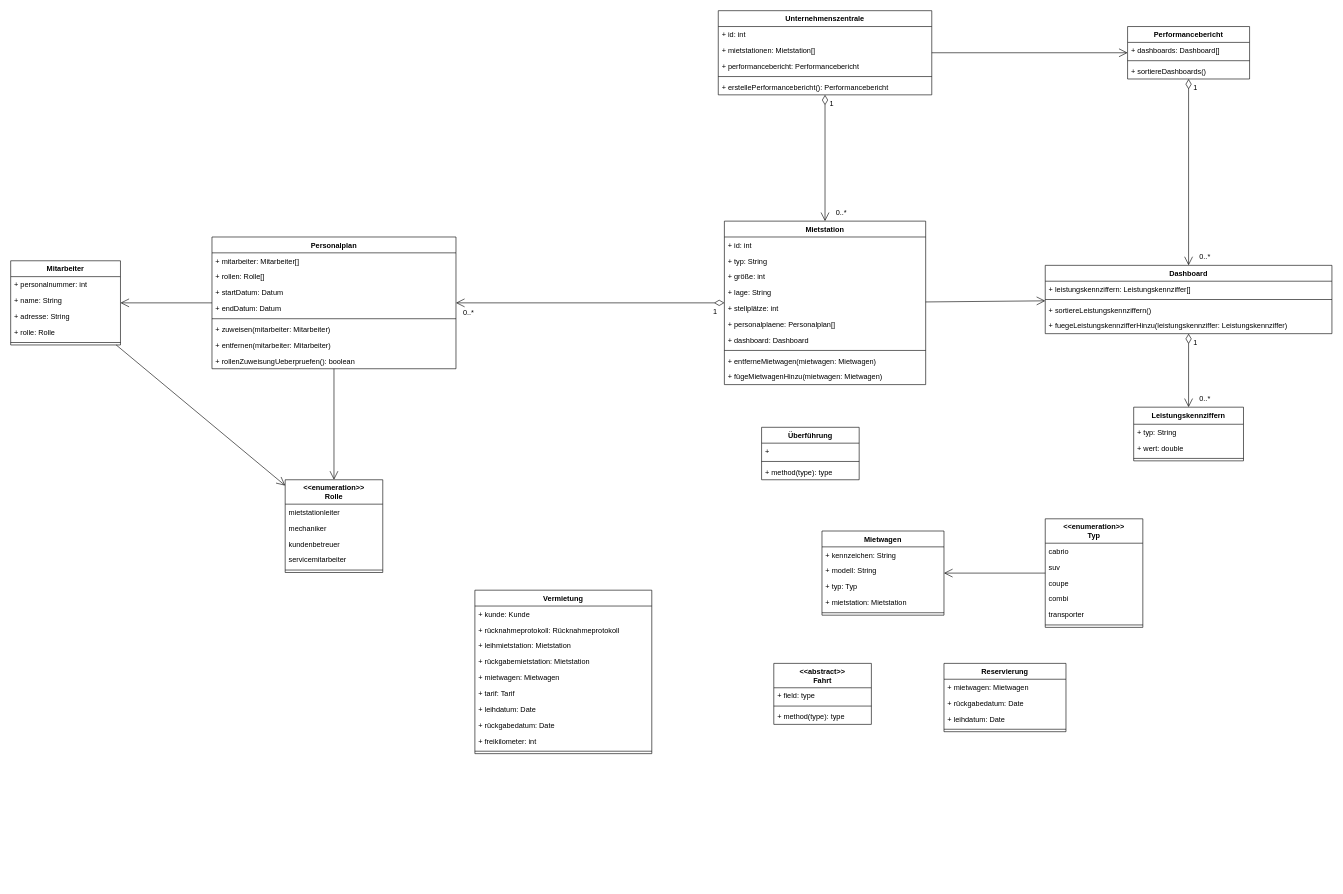
DlieBG/car_rental keeps this draw.io diagram as E - Allgemeine Verwaltung/01 Klassendiagramm/01 Klassendiagramm - Allgemeine Verwaltung.drawio. Above is the earlier version. Source tidied: cells renumbered, new cells numbered last; positions are measured from the earlier drawing's top-left corner, leaving out a move shared by most shapes. Both pictures are drawn from the tidied source at 61%, with x=0, y=0 at pixel (10, 10).
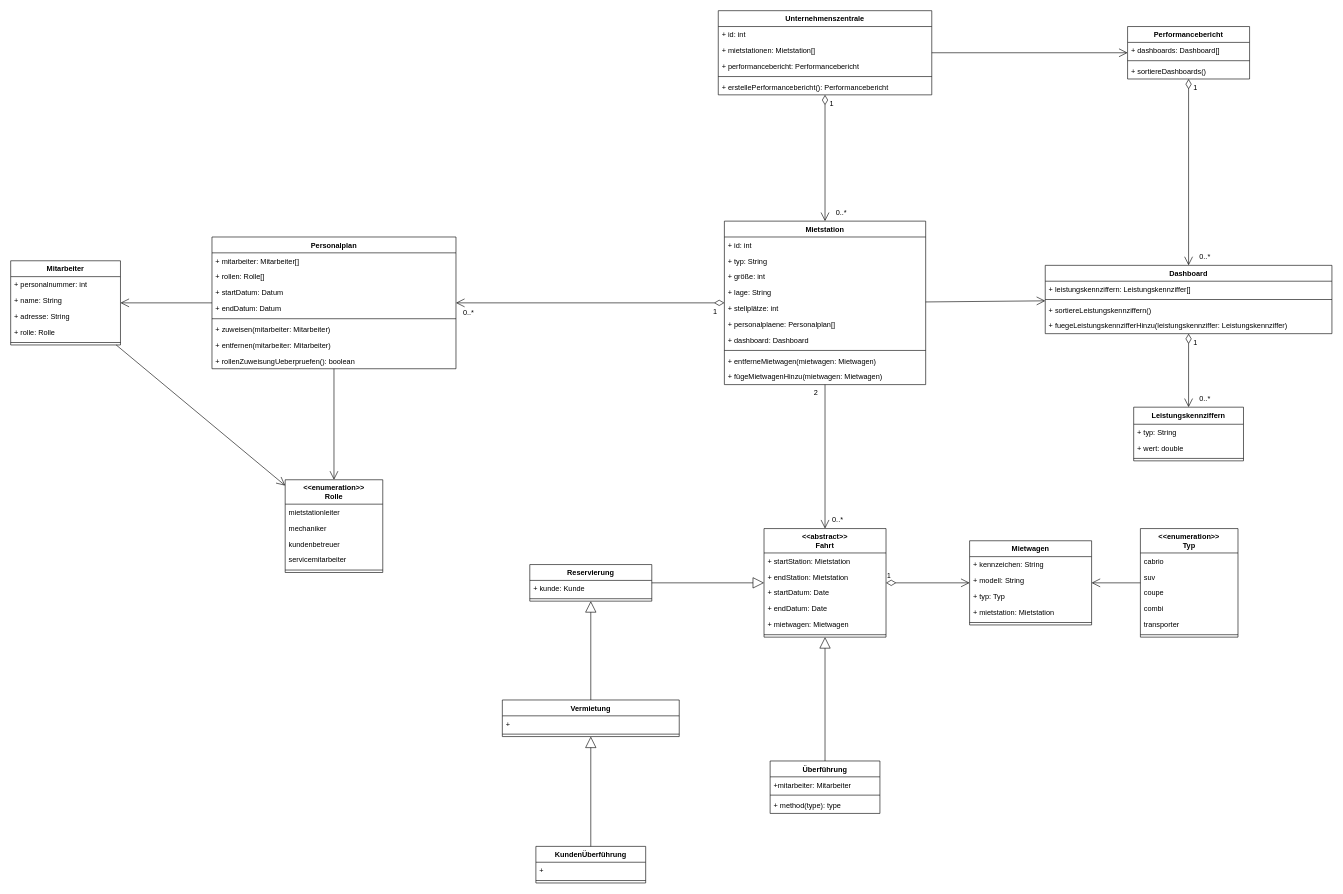
Above is the later version.

Unchanged cells that the change refers to:
```xml
<mxCell id="2" value="Mietstation" style="swimlane;fontStyle=1;align=center;verticalAlign=top;horizontal=1;startSize=26;" parent="1" vertex="1">
  <mxGeometry x="1170" y="345" width="330" height="268" as="geometry" />
</mxCell>
```

The edit, as a diff of the source:
```diff
@@
     <mxCell id="13" value="Mietwagen" style="swimlane;fontStyle=1;align=center;verticalAlign=top;horizontal=1;startSize=26;" parent="1" vertex="1">
-      <mxGeometry x="1330" y="853" width="200" height="138" as="geometry" />
+      <mxGeometry x="1572" y="869" width="200" height="138" as="geometry" />
     </mxCell>
@@
     <mxCell id="46" value="Vermietung" style="swimlane;fontStyle=1;align=center;verticalAlign=top;horizontal=1;startSize=26;" parent="1" vertex="1">
-      <mxGeometry x="761" y="950" width="290" height="268" as="geometry" />
+      <mxGeometry x="806" y="1130" width="290" height="60" as="geometry" />
     </mxCell>
-    <mxCell id="47" value="+ kunde: Kunde" style="text;strokeColor=none;fillColor=none;align=left;verticalAlign=top;spacingLeft=4;spacingRight=4;overflow=hidden;" parent="46" vertex="1">
-      <mxGeometry y="26" width="290" height="26" as="geometry" />
-    </mxCell>
-    <mxCell id="48" value="+ rücknahmeprotokoll: Rücknahmeprotokoll" style="text;strokeColor=none;fillColor=none;align=left;verticalAlign=top;spacingLeft=4;spacingRight=4;overflow=hidden;" parent="46" vertex="1">
-      <mxGeometry y="52" width="290" height="26" as="geometry" />
-    </mxCell>
-    <mxCell id="49" value="+ leihmietstation: Mietstation" style="text;strokeColor=none;fillColor=none;align=left;verticalAlign=top;spacingLeft=4;spacingRight=4;overflow=hidden;" parent="46" vertex="1">
-      <mxGeometry y="78" width="290" height="26" as="geometry" />
-    </mxCell>
-    <mxCell id="50" value="+ rückgabemietstation: Mietstation" style="text;strokeColor=none;fillColor=none;align=left;verticalAlign=top;spacingLeft=4;spacingRight=4;overflow=hidden;" parent="46" vertex="1">
-      <mxGeometry y="104" width="290" height="26" as="geometry" />
-    </mxCell>
-    <mxCell id="51" value="+ mietwagen: Mietwagen" style="text;strokeColor=none;fillColor=none;align=left;verticalAlign=top;spacingLeft=4;spacingRight=4;overflow=hidden;" parent="46" vertex="1">
-      <mxGeometry y="130" width="290" height="26" as="geometry" />
-    </mxCell>
-    <mxCell id="52" value="+ tarif: Tarif" style="text;strokeColor=none;fillColor=none;align=left;verticalAlign=top;spacingLeft=4;spacingRight=4;overflow=hidden;" parent="46" vertex="1">
-      <mxGeometry y="156" width="290" height="26" as="geometry" />
-    </mxCell>
-    <mxCell id="53" value="+ leihdatum: Date" style="text;strokeColor=none;fillColor=none;align=left;verticalAlign=top;spacingLeft=4;spacingRight=4;overflow=hidden;" parent="46" vertex="1">
-      <mxGeometry y="182" width="290" height="26" as="geometry" />
-    </mxCell>
-    <mxCell id="54" value="+ rückgabedatum: Date" style="text;strokeColor=none;fillColor=none;align=left;verticalAlign=top;spacingLeft=4;spacingRight=4;overflow=hidden;" parent="46" vertex="1">
-      <mxGeometry y="208" width="290" height="26" as="geometry" />
-    </mxCell>
-    <mxCell id="55" value="+ freikilometer: int" style="text;strokeColor=none;fillColor=none;align=left;verticalAlign=top;spacingLeft=4;spacingRight=4;overflow=hidden;" parent="46" vertex="1">
-      <mxGeometry y="234" width="290" height="26" as="geometry" />
-    </mxCell>
+    <mxCell id="108" value="+ " style="text;strokeColor=none;fillColor=none;align=left;verticalAlign=top;spacingLeft=4;spacingRight=4;overflow=hidden;" parent="46" vertex="1">
+      <mxGeometry y="26" width="290" height="26" as="geometry" />
+    </mxCell>
     <mxCell id="56" style="line;strokeWidth=1;fillColor=none;align=left;verticalAlign=middle;spacingTop=-1;spacingLeft=3;spacingRight=3;labelPosition=right;" parent="46" vertex="1">
-      <mxGeometry y="260" width="290" height="8" as="geometry" />
+      <mxGeometry y="52" width="290" height="8" as="geometry" />
     </mxCell>
     <mxCell id="57" value="Reservierung" style="swimlane;fontStyle=1;align=center;verticalAlign=top;horizontal=1;startSize=26;" parent="1" vertex="1">
-      <mxGeometry x="1530" y="1070" width="200" height="112" as="geometry" />
+      <mxGeometry x="851" y="908" width="200" height="60" as="geometry" />
     </mxCell>
-    <mxCell id="58" value="+ mietwagen: Mietwagen" style="text;strokeColor=none;fillColor=none;align=left;verticalAlign=top;spacingLeft=4;spacingRight=4;overflow=hidden;" parent="57" vertex="1">
-      <mxGeometry y="26" width="200" height="26" as="geometry" />
-    </mxCell>
-    <mxCell id="59" value="+ rückgabedatum: Date" style="text;strokeColor=none;fillColor=none;align=left;verticalAlign=top;spacingLeft=4;spacingRight=4;overflow=hidden;" parent="57" vertex="1">
-      <mxGeometry y="52" width="200" height="26" as="geometry" />
-    </mxCell>
-    <mxCell id="60" value="+ leihdatum: Date" style="text;strokeColor=none;fillColor=none;align=left;verticalAlign=top;spacingLeft=4;spacingRight=4;overflow=hidden;" parent="57" vertex="1">
-      <mxGeometry y="78" width="200" height="26" as="geometry" />
-    </mxCell>
+    <mxCell id="47" value="+ kunde: Kunde" style="text;strokeColor=none;fillColor=none;align=left;verticalAlign=top;spacingLeft=4;spacingRight=4;overflow=hidden;" parent="57" vertex="1">
+      <mxGeometry y="26" width="200" height="26" as="geometry" />
+    </mxCell>
     <mxCell id="61" style="line;strokeWidth=1;fillColor=none;align=left;verticalAlign=middle;spacingTop=-1;spacingLeft=3;spacingRight=3;labelPosition=right;" parent="57" vertex="1">
-      <mxGeometry y="104" width="200" height="8" as="geometry" />
+      <mxGeometry y="52" width="200" height="8" as="geometry" />
     </mxCell>
@@
     <mxCell id="75" value="Überführung" style="swimlane;fontStyle=1;align=center;verticalAlign=top;horizontal=1;startSize=26;" parent="1" vertex="1">
-      <mxGeometry x="1231" y="683" width="160" height="86" as="geometry" />
+      <mxGeometry x="1245" y="1230" width="180" height="86" as="geometry" />
     </mxCell>
-    <mxCell id="76" value="+ " style="text;strokeColor=none;fillColor=none;align=left;verticalAlign=top;spacingLeft=4;spacingRight=4;overflow=hidden;" parent="75" vertex="1">
-      <mxGeometry y="26" width="160" height="26" as="geometry" />
+    <mxCell id="76" value="+mitarbeiter: Mitarbeiter" style="text;strokeColor=none;fillColor=none;align=left;verticalAlign=top;spacingLeft=4;spacingRight=4;overflow=hidden;" parent="75" vertex="1">
+      <mxGeometry y="26" width="180" height="26" as="geometry" />
     </mxCell>
     <mxCell id="77" style="line;strokeWidth=1;fillColor=none;align=left;verticalAlign=middle;spacingTop=-1;spacingLeft=3;spacingRight=3;labelPosition=right;" parent="75" vertex="1">
-      <mxGeometry y="52" width="160" height="8" as="geometry" />
+      <mxGeometry y="52" width="180" height="8" as="geometry" />
     </mxCell>
     <mxCell id="78" value="+ method(type): type" style="text;strokeColor=none;fillColor=none;align=left;verticalAlign=top;spacingLeft=4;spacingRight=4;overflow=hidden;" parent="75" vertex="1">
-      <mxGeometry y="60" width="160" height="26" as="geometry" />
+      <mxGeometry y="60" width="180" height="26" as="geometry" />
     </mxCell>
@@
     <mxCell id="96" value="&lt;&lt;enumeration&gt;&gt;&#10;Typ" style="swimlane;fontStyle=1;align=center;verticalAlign=top;horizontal=1;startSize=40;" parent="1" vertex="1">
-      <mxGeometry x="1696" y="833" width="160" height="178" as="geometry" />
+      <mxGeometry x="1852" y="849" width="160" height="178" as="geometry" />
     </mxCell>
@@
     <mxCell id="104" value="&lt;&lt;abstract&gt;&gt;&#10;Fahrt&#10;" style="swimlane;fontStyle=1;align=center;verticalAlign=top;horizontal=1;startSize=40;fontSize=12;" parent="1" vertex="1">
-      <mxGeometry x="1251" y="1070" width="160" height="100" as="geometry" />
+      <mxGeometry x="1235" y="849" width="200" height="178" as="geometry" />
     </mxCell>
-    <mxCell id="105" value="+ field: type" style="text;strokeColor=none;fillColor=none;align=left;verticalAlign=top;spacingLeft=4;spacingRight=4;overflow=hidden;fontSize=12;" parent="104" vertex="1">
-      <mxGeometry y="40" width="160" height="26" as="geometry" />
-    </mxCell>
+    <mxCell id="49" value="+ startStation: Mietstation" style="text;strokeColor=none;fillColor=none;align=left;verticalAlign=top;spacingLeft=4;spacingRight=4;overflow=hidden;" parent="104" vertex="1">
+      <mxGeometry y="40" width="200" height="26" as="geometry" />
+    </mxCell>
+    <mxCell id="50" value="+ endStation: Mietstation" style="text;strokeColor=none;fillColor=none;align=left;verticalAlign=top;spacingLeft=4;spacingRight=4;overflow=hidden;" parent="104" vertex="1">
+      <mxGeometry y="66" width="200" height="26" as="geometry" />
+    </mxCell>
+    <mxCell id="53" value="+ startDatum: Date" style="text;strokeColor=none;fillColor=none;align=left;verticalAlign=top;spacingLeft=4;spacingRight=4;overflow=hidden;" parent="104" vertex="1">
+      <mxGeometry y="92" width="200" height="26" as="geometry" />
+    </mxCell>
+    <mxCell id="54" value="+ endDatum: Date" style="text;strokeColor=none;fillColor=none;align=left;verticalAlign=top;spacingLeft=4;spacingRight=4;overflow=hidden;" parent="104" vertex="1">
+      <mxGeometry y="118" width="200" height="26" as="geometry" />
+    </mxCell>
+    <mxCell id="51" value="+ mietwagen: Mietwagen" style="text;strokeColor=none;fillColor=none;align=left;verticalAlign=top;spacingLeft=4;spacingRight=4;overflow=hidden;" parent="104" vertex="1">
+      <mxGeometry y="144" width="200" height="26" as="geometry" />
+    </mxCell>
     <mxCell id="106" style="line;strokeWidth=1;fillColor=none;align=left;verticalAlign=middle;spacingTop=-1;spacingLeft=3;spacingRight=3;labelPosition=right;fontSize=12;" parent="104" vertex="1">
-      <mxGeometry y="66" width="160" height="8" as="geometry" />
+      <mxGeometry y="170" width="200" height="8" as="geometry" />
     </mxCell>
-    <mxCell id="107" value="+ method(type): type" style="text;strokeColor=none;fillColor=none;align=left;verticalAlign=top;spacingLeft=4;spacingRight=4;overflow=hidden;fontSize=12;" parent="104" vertex="1">
-      <mxGeometry y="74" width="160" height="26" as="geometry" />
-    </mxCell>
+    <mxCell id="109" value="KundenÜberführung" style="swimlane;fontStyle=1;align=center;verticalAlign=top;horizontal=1;startSize=26;" parent="1" vertex="1">
+      <mxGeometry x="861" y="1370" width="180" height="60" as="geometry" />
+    </mxCell>
+    <mxCell id="110" value="+ " style="text;strokeColor=none;fillColor=none;align=left;verticalAlign=top;spacingLeft=4;spacingRight=4;overflow=hidden;" parent="109" vertex="1">
+      <mxGeometry y="26" width="180" height="26" as="geometry" />
+    </mxCell>
+    <mxCell id="111" style="line;strokeWidth=1;fillColor=none;align=left;verticalAlign=middle;spacingTop=-1;spacingLeft=3;spacingRight=3;labelPosition=right;" parent="109" vertex="1">
+      <mxGeometry y="52" width="180" height="8" as="geometry" />
+    </mxCell>
+    <mxCell id="112" style="endArrow=block;endSize=16;endFill=0;html=1;rounded=0;" parent="1" edge="1" source="46" target="57">
+      <mxGeometry relative="1" as="geometry" />
+    </mxCell>
+    <mxCell id="113" style="endArrow=block;endSize=16;endFill=0;html=1;rounded=0;" parent="1" edge="1" source="75" target="104">
+      <mxGeometry relative="1" as="geometry" />
+    </mxCell>
+    <mxCell id="114" style="endArrow=block;endSize=16;endFill=0;html=1;rounded=0;" parent="1" edge="1" source="57" target="104">
+      <mxGeometry relative="1" as="geometry" />
+    </mxCell>
+    <mxCell id="115" style="endArrow=block;endSize=16;endFill=0;html=1;rounded=0;" parent="1" edge="1" source="109" target="46">
+      <mxGeometry relative="1" as="geometry" />
+    </mxCell>
+    <mxCell id="116" style="endArrow=open;html=1;endSize=12;startArrow=none;startSize=14;startFill=0;edgeStyle=orthogonalEdgeStyle;rounded=0;fontSize=12;" parent="1" edge="1" source="2" target="104">
+      <mxGeometry relative="1" as="geometry" />
+    </mxCell>
+    <mxCell id="117" value="2" style="edgeLabel;html=1;align=left;verticalAlign=top;fontSize=12;" parent="116" vertex="1">
+      <mxGeometry x="-1" relative="1" as="geometry">
+        <mxPoint x="-20" as="offset" />
+      </mxGeometry>
+    </mxCell>
+    <mxCell id="118" value="0..*" style="edgeLabel;html=1;align=right;verticalAlign=top;fontSize=12;" parent="116" vertex="1">
+      <mxGeometry x="1" relative="1" as="geometry">
+        <mxPoint x="30" y="-29" as="offset" />
+      </mxGeometry>
+    </mxCell>
+    <mxCell id="119" value="1" style="endArrow=open;html=1;endSize=12;startArrow=diamondThin;startSize=14;startFill=0;edgeStyle=orthogonalEdgeStyle;align=left;verticalAlign=bottom;rounded=0;" parent="1" edge="1" source="104" target="13">
+      <mxGeometry x="-1" y="3" relative="1" as="geometry" />
+    </mxCell>
```
